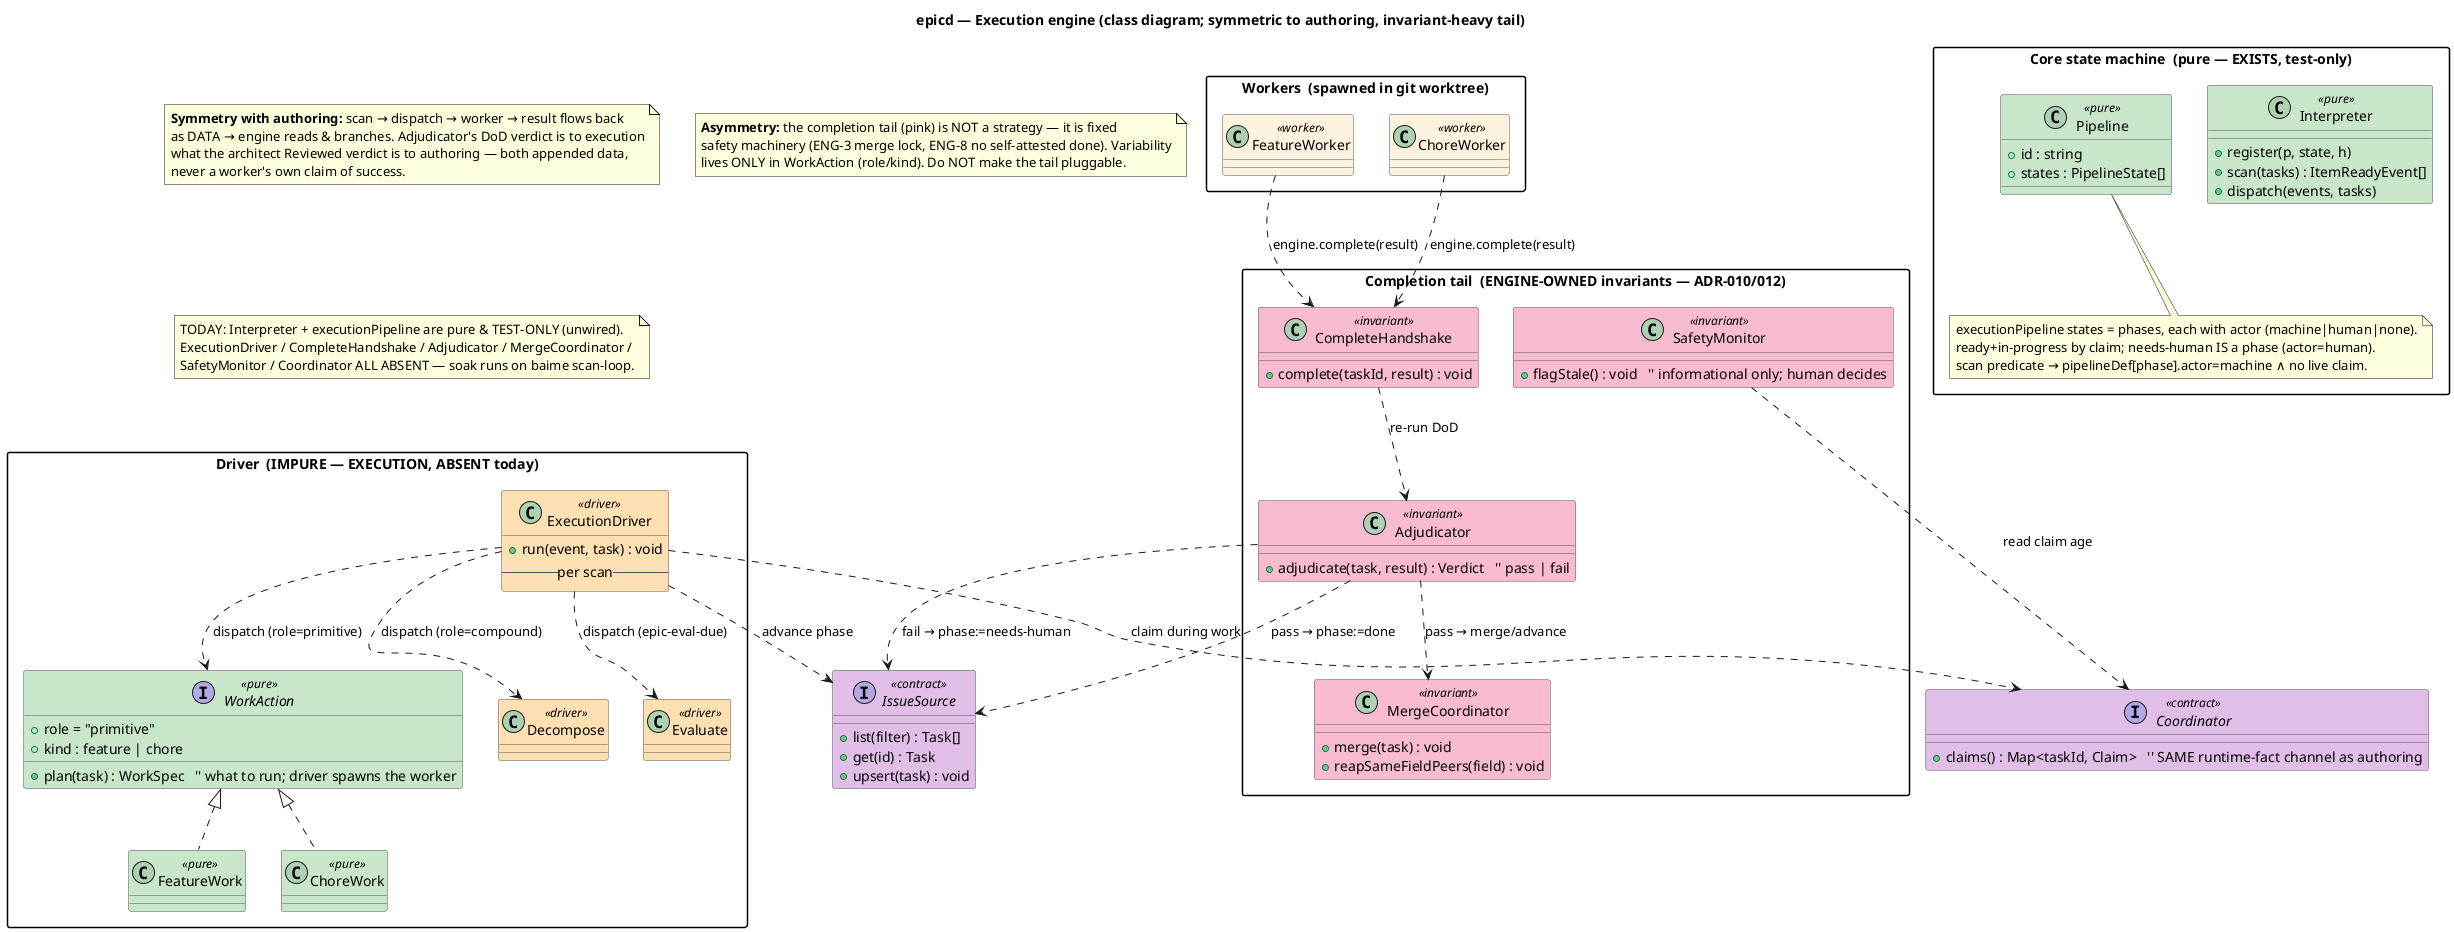
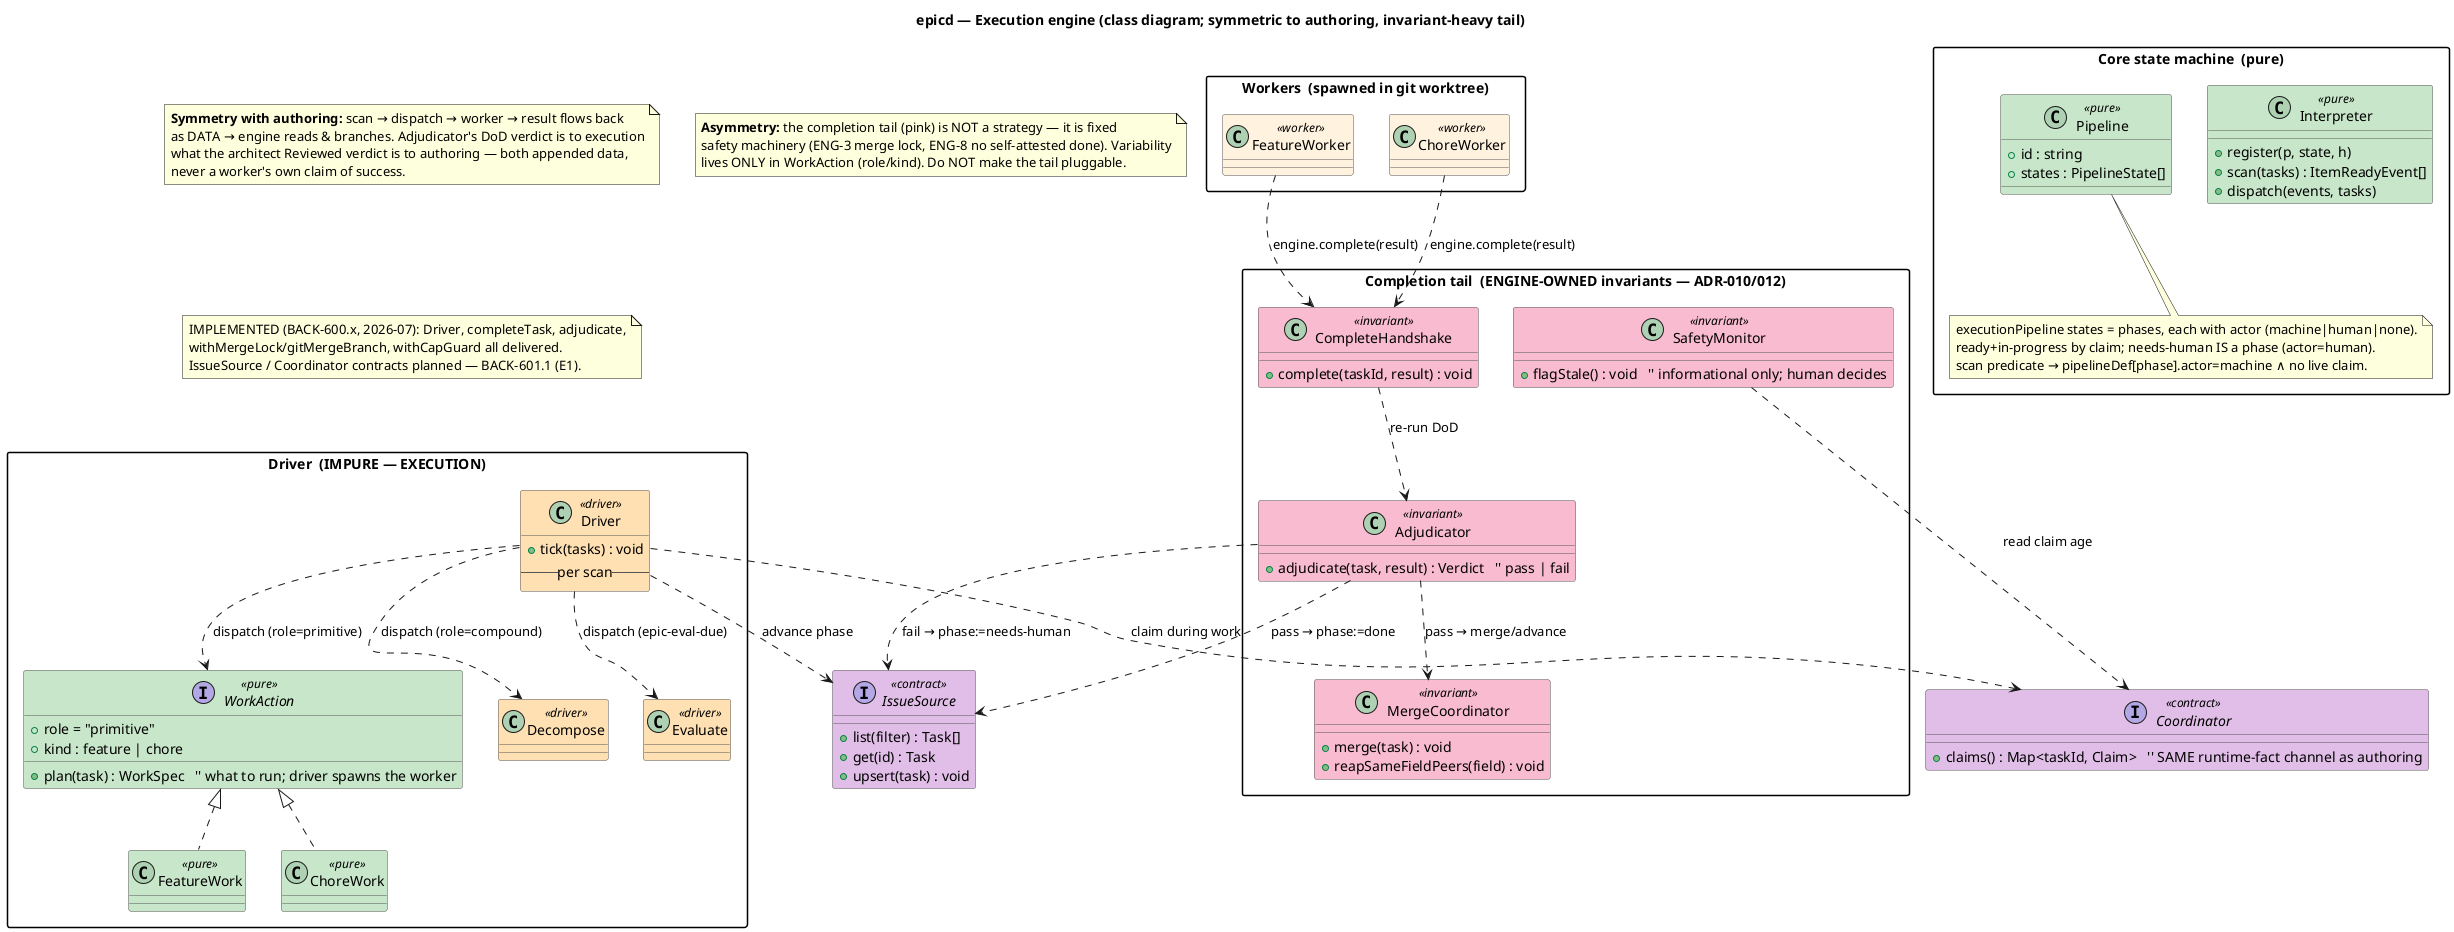
@startuml epicd-execution-class
' epicd — Execution CLASS diagram (symmetric to authoring-refine-class.puml).
' KEY ASYMMETRY (a real finding): authoring is STRATEGY-heavy (policy varies by kind);
' execution is INVARIANT-heavy — the completion tail (complete→adjudicate→merge) is
' engine-owned safety machinery (ADR-010/012), NOT pluggable. Only the WORK action
' is dispatched by role/kind.
- ' Today: interpreter.ts + pipeline.ts exist (pure, TEST-ONLY); everything else ABSENT.
+ ' Implemented (BACK-600.x): interpreter.ts, pipeline.ts, driver.ts, adjudicate.ts, complete.ts, safety.ts.

skinparam backgroundColor #FFFFFF
skinparam shadowing false
skinparam class {
  BorderColor #555555
  BackgroundColor #E8F0FE
  BackgroundColor<<pure>> #C8E6C9
  BackgroundColor<<driver>> #FFE0B2
  BackgroundColor<<worker>> #FFF3E0
  BackgroundColor<<invariant>> #F8BBD0
  BackgroundColor<<contract>> #E1BEE7
}
skinparam packageStyle rectangle

title epicd — Execution engine (class diagram; symmetric to authoring, invariant-heavy tail)

' ===================== CORE (pure, exists today) =====================
- package "Core state machine  (pure — EXISTS, test-only)" {
+ package "Core state machine  (pure)" {
  class Interpreter <<pure>> {
    +register(p, state, h)
    +scan(tasks) : ItemReadyEvent[]
    +dispatch(events, tasks)
  }
  class Pipeline <<pure>> {
    +id : string
    +states : PipelineState[]
  }
  note bottom of Pipeline
    executionPipeline states = phases, each with actor (machine|human|none).
    ready+in-progress by claim; needs-human IS a phase (actor=human).
    scan predicate → pipelineDef[phase].actor=machine ∧ no live claim.
  end note
}

' ===================== DRIVER (impure — dispatches work by role/kind) =====================
- package "Driver  (IMPURE — EXECUTION, ABSENT today)" {
-   class ExecutionDriver <<driver>> {
-     '' Handler registered at (execution, actionable phase)
-     +run(event, task) : void
+ package "Driver  (IMPURE — EXECUTION)" {
+   class Driver <<driver>> {
+     '' src/engine/driver.ts — realized as class Driver (BACK-600.4)
+     +tick(tasks) : void
    -- per scan --
    '' 1. claim(task) via Coordinator (stale-safe)
    '' 2. dispatch by role:
    ''      primitive → WorkAction (by kind) in a git worktree
    ''      compound  → Decompose | Evaluate
    '' 3. hand result to the INVARIANT tail (below)
  }
  interface WorkAction <<pure>> {
    +role = "primitive"
    +kind : feature | chore
    +plan(task) : WorkSpec   '' what to run; driver spawns the worker
  }
  class FeatureWork <<pure>> {
    '' implement in worktree; DoD = tests
  }
  class ChoreWork <<pure>> {
    '' run checklist; non-coding
  }
  class Decompose <<driver>> {
    '' compound: create children ⇒ role flips primitive→compound
  }
  class Evaluate <<driver>> {
    '' compound: all children terminal → verdict
  }
  WorkAction <|.. FeatureWork
  WorkAction <|.. ChoreWork
-   ExecutionDriver ..> WorkAction : dispatch (role=primitive)
-   ExecutionDriver ..> Decompose : dispatch (role=compound)
-   ExecutionDriver ..> Evaluate  : dispatch (epic-eval-due)
+   Driver ..> WorkAction : dispatch (role=primitive)
+   Driver ..> Decompose : dispatch (role=compound)
+   Driver ..> Evaluate  : dispatch (epic-eval-due)
}

' ===================== WORKERS (spawned in worktree, Plane 2) =====================
package "Workers  (spawned in git worktree)" {
  class FeatureWorker <<worker>> {
    '' Claude Code: implements; calls engine.complete(result) — MAY NOT self-write done
  }
  class ChoreWorker <<worker>> {
    '' Claude Code: runs checklist; calls engine.complete(result)
  }
}

' ===================== INVARIANT TAIL (engine-owned, NOT pluggable) =====================
package "Completion tail  (ENGINE-OWNED invariants — ADR-010/012)" {
+   ' All four realized as module functions, not classes (BACK-600.5/600.8):
+   '   CompleteHandshake → completeTask()  in src/engine/complete.ts
+   '   Adjudicator       → adjudicate()   in src/engine/adjudicate.ts
+   '   MergeCoordinator  → withMergeLock()/gitMergeBranch()  in src/engine/safety.ts + src/harness/real-primitives.ts
+   '   SafetyMonitor     → withCapGuard()/hasCapMarker()     in src/engine/safety.ts
  class CompleteHandshake <<invariant>> {
-     '' engine.complete(taskId, result): the ONLY done path
+     '' realized as completeTask() — the ONLY done path
    +complete(taskId, result) : void
  }
  class Adjudicator <<invariant>> {
    '' ENG-8: engine RE-RUNS DoD; worker verdict is NOT trusted
    +adjudicate(task, result) : Verdict   '' pass | fail
  }
  class MergeCoordinator <<invariant>> {
    '' ENG-3: single merge lock (proper-lockfile); advance state
    +merge(task) : void
    +reapSameFieldPeers(field) : void
  }
  class SafetyMonitor <<invariant>> {
    '' stale-in-progress = actor(phase)=machine ∧ claim timed out
    +flagStale() : void   '' informational only; human decides
  }
  CompleteHandshake ..> Adjudicator : re-run DoD
  Adjudicator ..> MergeCoordinator : pass → merge/advance
}

' ===================== CONTRACTS (shared with authoring) =====================
interface IssueSource <<contract>> {
  +list(filter) : Task[]
  +get(id) : Task
  +upsert(task) : void
}
interface Coordinator <<contract>> {
  +claims() : Map<taskId, Claim>   '' SAME runtime-fact channel as authoring
}

- ExecutionDriver ..> Coordinator : claim during work
- ExecutionDriver ..> IssueSource : advance phase
+ Driver ..> Coordinator : claim during work
+ Driver ..> IssueSource : advance phase
FeatureWorker ..> CompleteHandshake : engine.complete(result)
ChoreWorker ..> CompleteHandshake : engine.complete(result)
Adjudicator ..> IssueSource : pass → phase:=done
Adjudicator ..> IssueSource : fail → phase:=needs-human
SafetyMonitor ..> Coordinator : read claim age

' ===================== NOTES =====================
note as N_symmetry
  **Symmetry with authoring:** scan → dispatch → worker → result flows back
  as DATA → engine reads & branches. Adjudicator's DoD verdict is to execution
  what the architect Reviewed verdict is to authoring — both appended data,
  never a worker's own claim of success.
end note
note as N_asymmetry
  **Asymmetry:** the completion tail (pink) is NOT a strategy — it is fixed
  safety machinery (ENG-3 merge lock, ENG-8 no self-attested done). Variability
  lives ONLY in WorkAction (role/kind). Do NOT make the tail pluggable.
end note
note as N_today
-   TODAY: Interpreter + executionPipeline are pure & TEST-ONLY (unwired).
-   ExecutionDriver / CompleteHandshake / Adjudicator / MergeCoordinator /
-   SafetyMonitor / Coordinator ALL ABSENT — soak runs on baime scan-loop.
+   IMPLEMENTED (BACK-600.x, 2026-07): Driver, completeTask, adjudicate,
+   withMergeLock/gitMergeBranch, withCapGuard all delivered.
+   IssueSource / Coordinator contracts planned — BACK-601.1 (E1).
end note

@enduml
